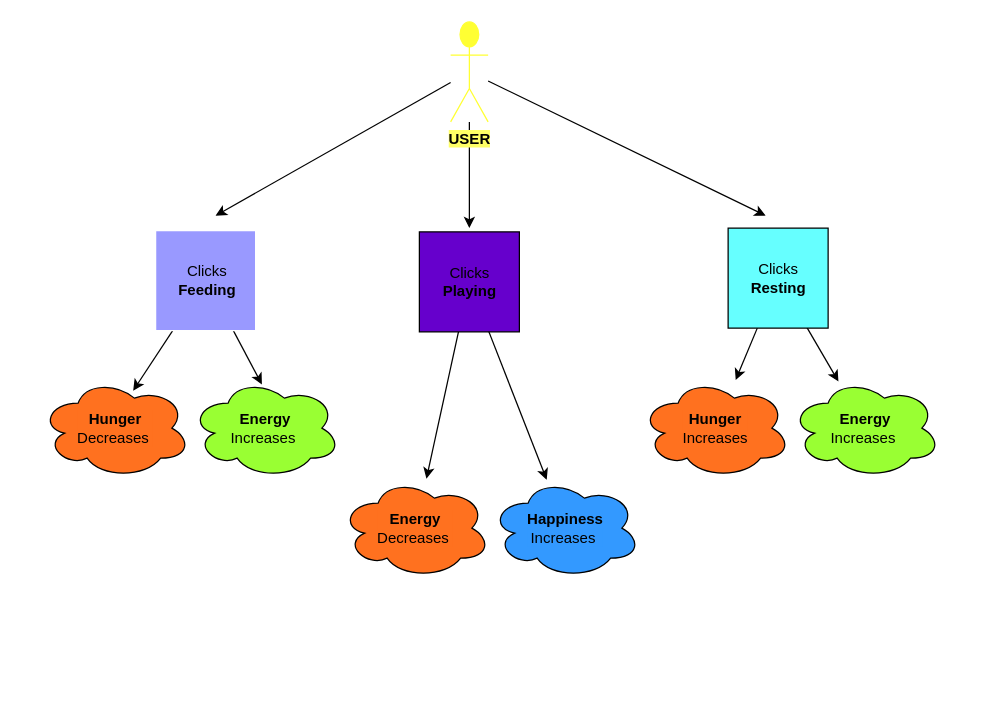
Before: diagram.drawio in SchoolOfCode/bc17-w6-hackathon-make-a-codewars-challenge-v3-otag30, a draw.io diagram. Source tidied: cells renumbered, new cells numbered last; positions are measured from the earlier drawing's top-left corner, leaving out a move shared by most shapes. Both pictures are drawn from the tidied source at 125%, with x=0, y=0 at pixel (40, 21).
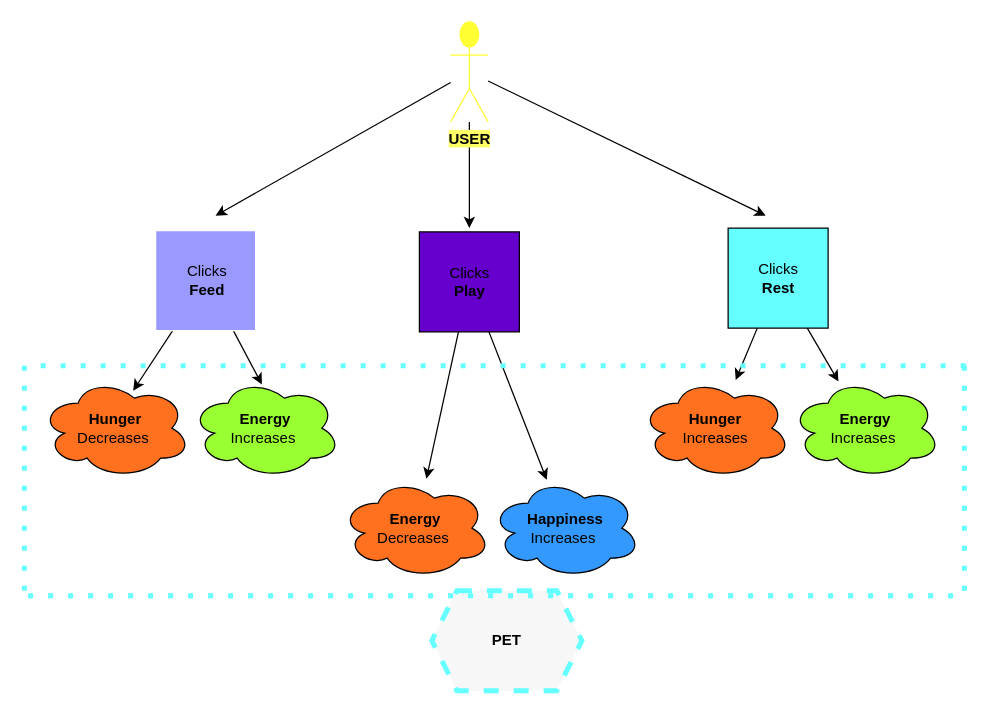
The same diagram, later.

What changed in the source:
```diff
@@
+    <mxCell id="24" value="PET" style="shape=hexagon;perimeter=hexagonPerimeter2;whiteSpace=wrap;html=1;fixedSize=1;dashed=1;labelBackgroundColor=#F7F7F7;strokeWidth=4;fillColor=#F7F7F7;strokeColor=#66FFFF;fontStyle=1;fontColor=#000000;" parent="1" vertex="1">
+      <mxGeometry x="313" y="455" width="120" height="80" as="geometry" />
+    </mxCell>
@@
-    <mxCell id="11" value="Clicks&lt;br&gt;&lt;b&gt;Feeding&lt;/b&gt;" style="text;html=1;align=center;verticalAlign=middle;points=[];strokeColor=none;fillColor=none;fontColor=#000000;" parent="1" vertex="1">
-      <mxGeometry x="98" y="187" width="70" height="40" as="geometry" />
+    <mxCell id="11" value="Clicks&lt;br&gt;&lt;b&gt;Feed&lt;/b&gt;" style="text;html=1;align=center;verticalAlign=middle;points=[];strokeColor=none;fillColor=none;fontColor=#000000;" parent="1" vertex="1">
+      <mxGeometry x="103" y="187" width="60" height="40" as="geometry" />
     </mxCell>
@@
-    <mxCell id="14" value="Clicks&lt;br&gt;&lt;b&gt;Playing&lt;/b&gt;" style="text;html=1;align=center;verticalAlign=middle;points=[];strokeColor=none;fillColor=none;" parent="1" vertex="1">
-      <mxGeometry x="308" y="188" width="70" height="40" as="geometry" />
+    <mxCell id="14" value="Clicks&lt;br&gt;&lt;b&gt;Play&lt;/b&gt;" style="text;html=1;align=center;verticalAlign=middle;points=[];strokeColor=none;fillColor=none;" parent="1" vertex="1">
+      <mxGeometry x="313" y="188" width="60" height="40" as="geometry" />
     </mxCell>
@@
-    <mxCell id="17" value="Clicks&lt;br&gt;&lt;b&gt;Resting&lt;/b&gt;" style="text;html=1;align=center;verticalAlign=middle;points=[];strokeColor=none;fillColor=none;fontColor=#000000;" parent="1" vertex="1">
-      <mxGeometry x="555" y="185" width="70" height="40" as="geometry" />
+    <mxCell id="17" value="Clicks&lt;br&gt;&lt;b&gt;Rest&lt;/b&gt;" style="text;html=1;align=center;verticalAlign=middle;points=[];strokeColor=none;fillColor=none;fontColor=#000000;" parent="1" vertex="1">
+      <mxGeometry x="560" y="185" width="60" height="40" as="geometry" />
     </mxCell>
@@
+    <mxCell id="25" style="endArrow=none;dashed=1;html=1;dashPattern=1 3;strokeWidth=4;fontColor=#000000;strokeColor=#66FFFF;" parent="1" edge="1">
+      <mxGeometry relative="1" as="geometry">
+        <mxPoint y="275" as="sourcePoint" />
+        <mxPoint x="740" y="275" as="targetPoint" />
+      </mxGeometry>
+    </mxCell>
+    <mxCell id="26" style="endArrow=none;dashed=1;html=1;dashPattern=1 3;strokeWidth=4;fontColor=#000000;strokeColor=#66FFFF;" parent="1" edge="1">
+      <mxGeometry relative="1" as="geometry">
+        <mxPoint x="-10" y="459" as="sourcePoint" />
+        <mxPoint x="730" y="459" as="targetPoint" />
+      </mxGeometry>
+    </mxCell>
+    <mxCell id="27" style="endArrow=none;dashed=1;html=1;dashPattern=1 3;strokeWidth=4;fontColor=#000000;strokeColor=#66FFFF;" parent="1" edge="1">
+      <mxGeometry relative="1" as="geometry">
+        <mxPoint x="-13" y="455" as="sourcePoint" />
+        <mxPoint x="-13" y="275" as="targetPoint" />
+      </mxGeometry>
+    </mxCell>
+    <mxCell id="28" style="endArrow=none;dashed=1;html=1;dashPattern=1 3;strokeWidth=4;fontColor=#000000;strokeColor=#66FFFF;" parent="1" edge="1">
+      <mxGeometry relative="1" as="geometry">
+        <mxPoint x="739" y="455" as="sourcePoint" />
+        <mxPoint x="739" y="275" as="targetPoint" />
+      </mxGeometry>
+    </mxCell>
```
